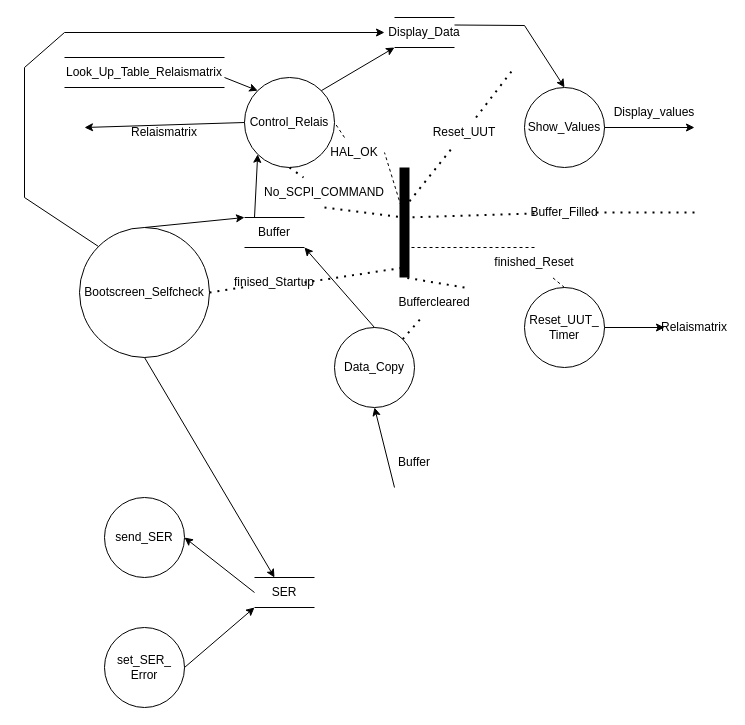
Above: DatenflussDiagramm.drawio in Lostqw1/Funfun (draw.io), before the change. Source tidied: cells renumbered, new cells numbered last; positions are measured from the earlier drawing's top-left corner, leaving out a move shared by most shapes. Both pictures are drawn from the tidied source at 100%, with x=0, y=0 at pixel (24, 17).
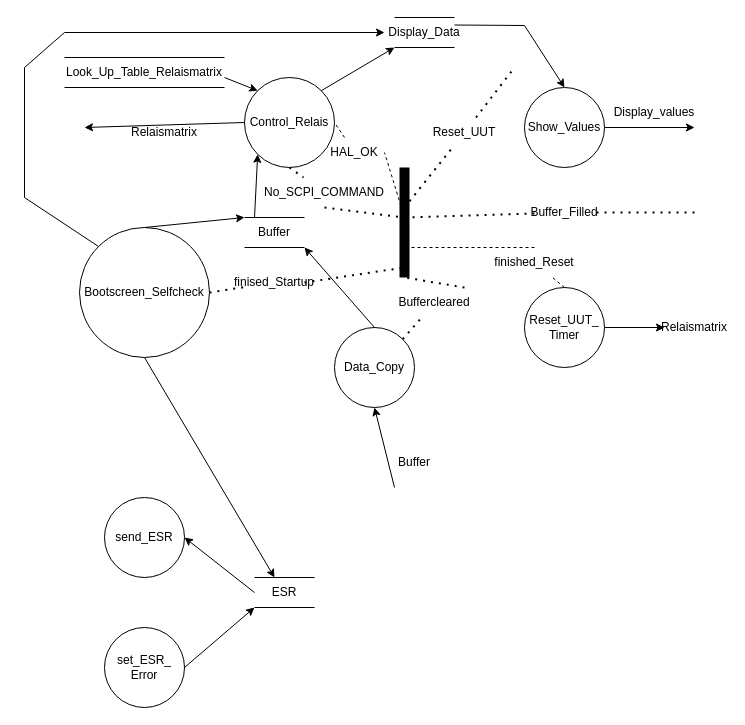
After the change.

Change to the diagram source:
```diff
@@
-    <mxCell id="9" value="send_SER" style="ellipse;whiteSpace=wrap;html=1;" parent="1" vertex="1">
+    <mxCell id="9" value="send_ESR" style="ellipse;whiteSpace=wrap;html=1;" parent="1" vertex="1">
       <mxGeometry x="80" y="480" width="80" height="80" as="geometry" />
     </mxCell>
-    <mxCell id="10" value="SER" style="text;html=1;strokeColor=none;fillColor=none;align=center;verticalAlign=middle;whiteSpace=wrap;rounded=0;" parent="1" vertex="1">
+    <mxCell id="10" value="ESR" style="text;html=1;strokeColor=none;fillColor=none;align=center;verticalAlign=middle;whiteSpace=wrap;rounded=0;" parent="1" vertex="1">
       <mxGeometry x="230" y="560" width="60" height="30" as="geometry" />
     </mxCell>
@@
-    <mxCell id="14" value="set_SER_&lt;br&gt;Error&lt;br&gt;" style="ellipse;whiteSpace=wrap;html=1;" parent="1" vertex="1">
+    <mxCell id="14" value="set_ESR_&lt;br&gt;Error" style="ellipse;whiteSpace=wrap;html=1;" parent="1" vertex="1">
       <mxGeometry x="80" y="610" width="80" height="80" as="geometry" />
     </mxCell>
```
